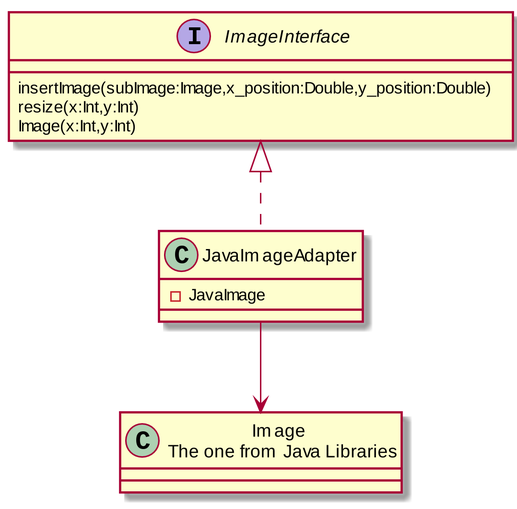
Above: Structure_UML/ImageClass.png in MatthewBregg/DesignPatternsRepo (PlantUML), before the change.
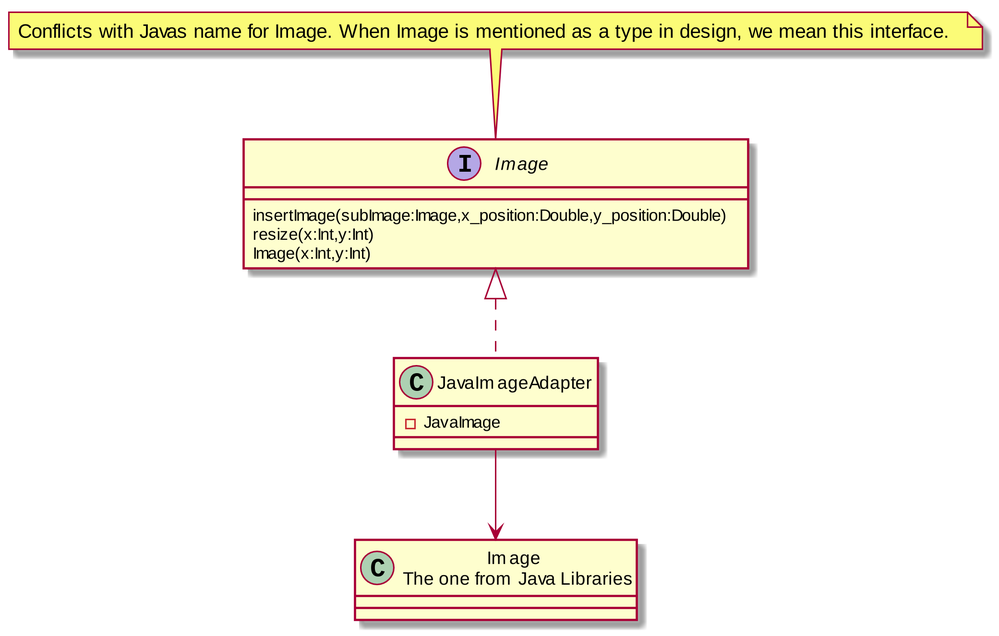
Later version of the same file.

The edit, as a diff of the source:
```diff
@@ -4,7 +4,9 @@
 class JavaImage as "Image \n The one from Java Libraries"
 
 
-Interface ImageInterface
+Interface ImageInterface as "Image"
+
+note top : Conflicts with Javas name for Image. When Image is mentioned as a type in design, we mean this interface.
 
 ImageInterface : insertImage(subImage:Image,x_position:Double,y_position:Double)
 
```
